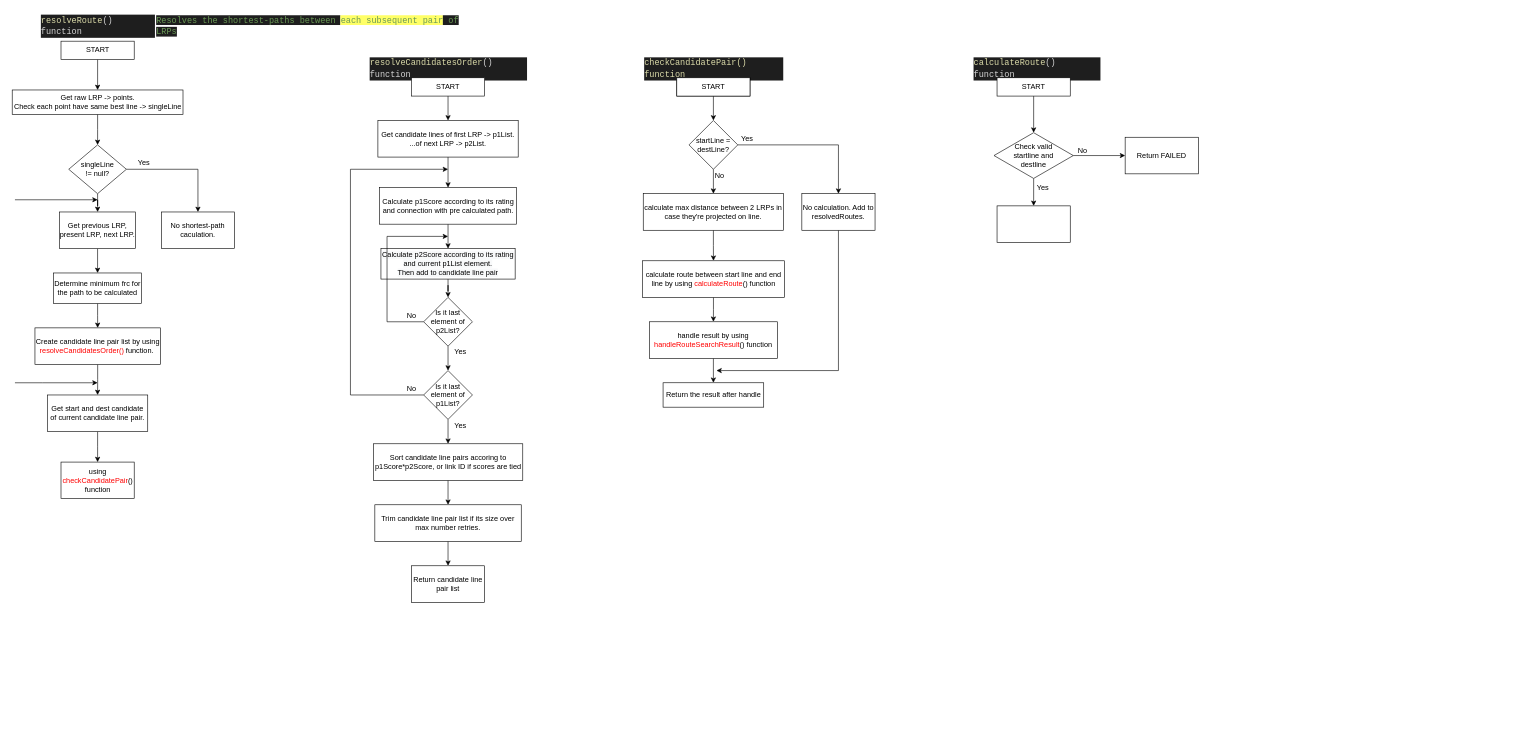
Above: page "Resolve Route" (4 of 4) of AbstractDecoder.drawio in kiethuynh468/Test (draw.io), before the change. Source tidied: cells renumbered, new cells numbered last; positions are measured from the earlier drawing's top-left corner, leaving out a move shared by most shapes. Both pictures are drawn from the tidied source at 61%, with x=0, y=0 at pixel (12, 10).
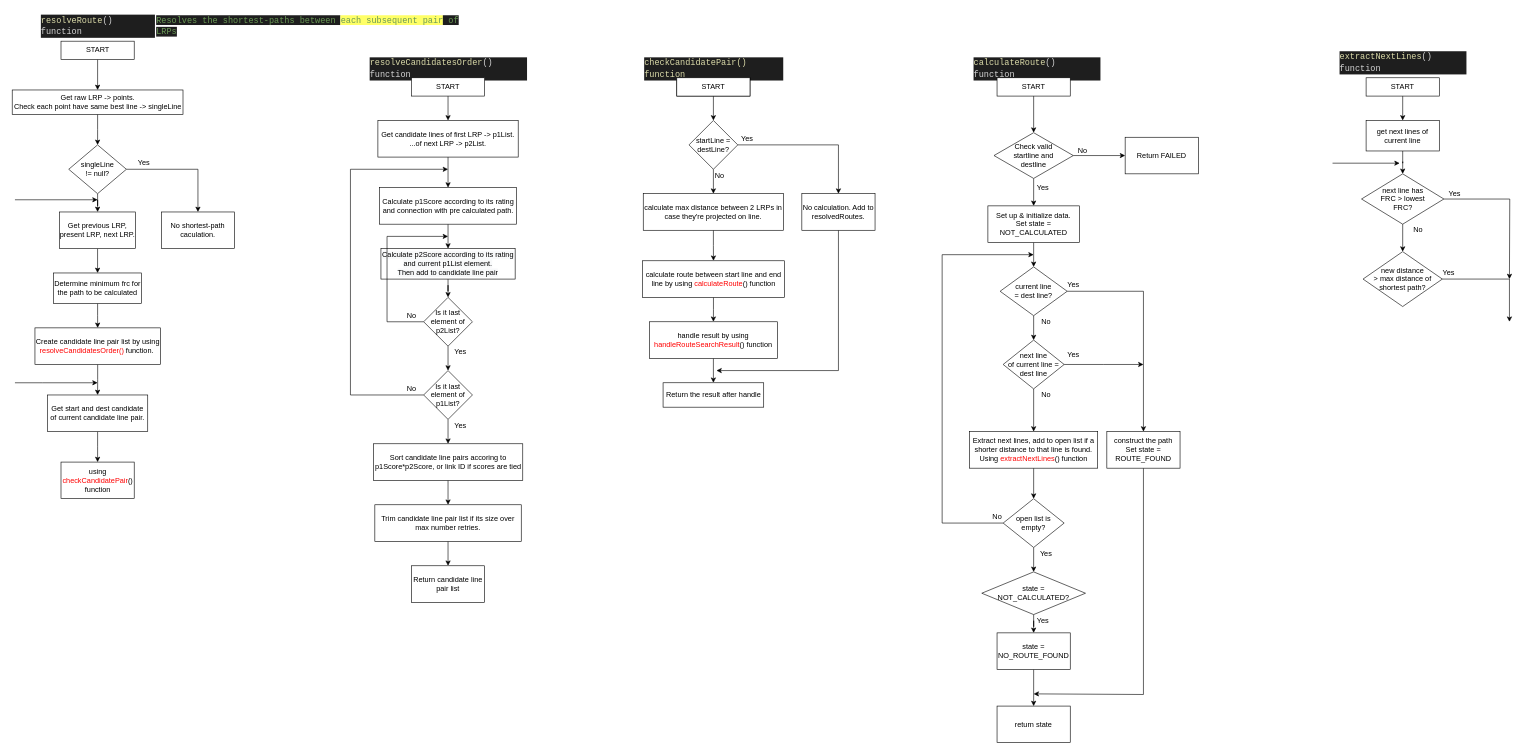
Above is the later version.

Change to the diagram source:
```diff
@@
+    <mxCell id="76" style="edgeStyle=orthogonalEdgeStyle;rounded=0;jettySize=auto;html=1;" parent="1" edge="1" source="74" target="79">
+      <mxGeometry relative="1" as="geometry" />
+    </mxCell>
-    <mxCell id="74" style="whiteSpace=wrap;html=1;rounded=0;labelBackgroundColor=none;" parent="1" vertex="1">
-      <mxGeometry x="1614" y="320" width="120" height="60" as="geometry" />
+    <mxCell id="74" value="Set up &amp;amp; initialize data.&lt;br&gt;Set state = NOT_CALCULATED" style="whiteSpace=wrap;html=1;rounded=0;labelBackgroundColor=none;" parent="1" vertex="1">
+      <mxGeometry x="1599" y="320" width="150" height="60" as="geometry" />
     </mxCell>
@@
+    <mxCell id="77" style="edgeStyle=orthogonalEdgeStyle;rounded=0;jettySize=auto;html=1;" parent="1" edge="1" source="79" target="81">
+      <mxGeometry relative="1" as="geometry" />
+    </mxCell>
+    <mxCell id="78" style="edgeStyle=orthogonalEdgeStyle;rounded=0;jettySize=auto;html=1;" parent="1" edge="1" source="79" target="84">
+      <mxGeometry relative="1" as="geometry" />
+    </mxCell>
+    <mxCell id="79" value="current line&lt;br&gt;= dest line?" style="rhombus;whiteSpace=wrap;html=1;rounded=0;labelBackgroundColor=none;" parent="1" vertex="1">
+      <mxGeometry x="1619" y="420" width="110" height="80" as="geometry" />
+    </mxCell>
+    <mxCell id="80" style="edgeStyle=orthogonalEdgeStyle;rounded=0;jettySize=auto;html=1;fontColor=#000000;" parent="1" edge="1" source="81">
+      <mxGeometry relative="1" as="geometry">
+        <mxPoint x="1674" y="1120" as="targetPoint" />
+        <Array as="points">
+          <mxPoint x="1854" y="1121" />
+        </Array>
+      </mxGeometry>
+    </mxCell>
+    <mxCell id="81" value="construct the path&lt;br&gt;Set state = ROUTE_FOUND" style="whiteSpace=wrap;html=1;rounded=0;labelBackgroundColor=none;" parent="1" vertex="1">
+      <mxGeometry x="1794" y="690" width="120" height="60" as="geometry" />
+    </mxCell>
+    <mxCell id="82" style="edgeStyle=orthogonalEdgeStyle;rounded=0;jettySize=auto;html=1;" parent="1" edge="1" source="84">
+      <mxGeometry relative="1" as="geometry">
+        <mxPoint x="1854" y="580" as="targetPoint" />
+      </mxGeometry>
+    </mxCell>
+    <mxCell id="83" style="edgeStyle=orthogonalEdgeStyle;rounded=0;jettySize=auto;html=1;" parent="1" edge="1" source="84" target="86">
+      <mxGeometry relative="1" as="geometry" />
+    </mxCell>
+    <mxCell id="84" value="next line &lt;br&gt;of current line = dest line" style="rhombus;whiteSpace=wrap;html=1;rounded=0;labelBackgroundColor=none;" parent="1" vertex="1">
+      <mxGeometry x="1624" y="540" width="100" height="80" as="geometry" />
+    </mxCell>
+    <mxCell id="85" style="edgeStyle=orthogonalEdgeStyle;rounded=0;jettySize=auto;html=1;fontColor=#FF0000;" parent="1" edge="1" source="86" target="93">
+      <mxGeometry relative="1" as="geometry" />
+    </mxCell>
+    <mxCell id="86" value="Extract next lines, add to open list if a shorter distance to that line is found.&lt;br&gt;Using &lt;font color=&quot;#ff0000&quot;&gt;extractNextLines&lt;/font&gt;() function" style="whiteSpace=wrap;html=1;rounded=0;labelBackgroundColor=none;" parent="1" vertex="1">
+      <mxGeometry x="1569" y="690" width="210" height="60" as="geometry" />
+    </mxCell>
+    <mxCell id="87" value="Yes" style="text;html=1;align=center;verticalAlign=middle;strokeColor=none;fillColor=none;" parent="1" vertex="1">
+      <mxGeometry x="1724" y="440" width="30" height="20" as="geometry" />
+    </mxCell>
+    <mxCell id="88" value="Yes" style="text;html=1;align=center;verticalAlign=middle;strokeColor=none;fillColor=none;rotation=0;" parent="1" vertex="1">
+      <mxGeometry x="1724" y="555" width="30" height="20" as="geometry" />
+    </mxCell>
+    <mxCell id="89" value="No" style="text;html=1;align=center;verticalAlign=middle;strokeColor=none;fillColor=none;" parent="1" vertex="1">
+      <mxGeometry x="1679" y="500" width="30" height="20" as="geometry" />
+    </mxCell>
+    <mxCell id="90" value="No" style="text;html=1;align=center;verticalAlign=middle;strokeColor=none;fillColor=none;" parent="1" vertex="1">
+      <mxGeometry x="1679" y="620" width="30" height="20" as="geometry" />
+    </mxCell>
+    <mxCell id="91" style="edgeStyle=orthogonalEdgeStyle;rounded=0;jettySize=auto;html=1;fontColor=#FF0000;" parent="1" edge="1" source="93">
+      <mxGeometry relative="1" as="geometry">
+        <mxPoint x="1674" y="400" as="targetPoint" />
+        <Array as="points">
+          <mxPoint x="1524" y="840" />
+          <mxPoint x="1524" y="400" />
+        </Array>
+      </mxGeometry>
+    </mxCell>
+    <mxCell id="92" style="edgeStyle=orthogonalEdgeStyle;rounded=0;jettySize=auto;html=1;fontColor=#000000;" parent="1" edge="1" source="93" target="96">
+      <mxGeometry relative="1" as="geometry" />
+    </mxCell>
+    <mxCell id="93" value="open list is empty?" style="rhombus;whiteSpace=wrap;html=1;rounded=0;labelBackgroundColor=none;" parent="1" vertex="1">
+      <mxGeometry x="1624" y="800" width="100" height="80" as="geometry" />
+    </mxCell>
+    <mxCell id="94" value="&lt;font color=&quot;#000000&quot;&gt;No&lt;/font&gt;" style="text;html=1;align=center;verticalAlign=middle;strokeColor=none;fillColor=none;fontColor=#FF0000;" parent="1" vertex="1">
+      <mxGeometry x="1599" y="820" width="30" height="20" as="geometry" />
+    </mxCell>
+    <mxCell id="95" style="edgeStyle=orthogonalEdgeStyle;rounded=0;jettySize=auto;html=1;fontColor=#000000;" parent="1" edge="1" source="96" target="98">
+      <mxGeometry relative="1" as="geometry" />
+    </mxCell>
+    <mxCell id="96" value="state = &lt;br&gt;NOT_CALCULATED?" style="rhombus;whiteSpace=wrap;html=1;rounded=0;labelBackgroundColor=none;" parent="1" vertex="1">
+      <mxGeometry x="1589" y="920" width="170" height="70" as="geometry" />
+    </mxCell>
+    <mxCell id="97" style="edgeStyle=orthogonalEdgeStyle;rounded=0;jettySize=auto;html=1;fontColor=#000000;" parent="1" edge="1" source="98" target="99">
+      <mxGeometry relative="1" as="geometry" />
+    </mxCell>
+    <mxCell id="98" value="state = NO_ROUTE_FOUND" style="whiteSpace=wrap;html=1;rounded=0;labelBackgroundColor=none;" parent="1" vertex="1">
+      <mxGeometry x="1614" y="1020" width="120" height="60" as="geometry" />
+    </mxCell>
+    <mxCell id="99" value="return state" style="whiteSpace=wrap;html=1;rounded=0;labelBackgroundColor=none;" parent="1" vertex="1">
+      <mxGeometry x="1614" y="1140" width="120" height="60" as="geometry" />
+    </mxCell>
+    <mxCell id="100" value="Yes" style="text;html=1;align=center;verticalAlign=middle;strokeColor=none;fillColor=none;fontColor=#000000;" parent="1" vertex="1">
+      <mxGeometry x="1679" y="880" width="30" height="20" as="geometry" />
+    </mxCell>
+    <mxCell id="101" value="Yes" style="text;html=1;align=center;verticalAlign=middle;strokeColor=none;fillColor=none;fontColor=#000000;" parent="1" vertex="1">
+      <mxGeometry x="1674" y="990" width="30" height="20" as="geometry" />
+    </mxCell>
+    <mxCell id="102" value="&lt;div style=&quot;color: rgb(212 , 212 , 212) ; background-color: rgb(30 , 30 , 30) ; font-family: &amp;#34;consolas&amp;#34; , &amp;#34;courier new&amp;#34; , monospace ; font-weight: normal ; font-size: 14px ; line-height: 19px&quot;&gt;&lt;div&gt;&lt;span style=&quot;color: #dcdcaa&quot;&gt;extractNextLines&lt;/span&gt;&lt;span style=&quot;color: #d4d4d4&quot;&gt;() function&lt;/span&gt;&lt;/div&gt;&lt;/div&gt;" style="text;whiteSpace=wrap;html=1;fontColor=#000000;" parent="1" vertex="1">
+      <mxGeometry x="2174" y="60" width="210" height="30" as="geometry" />
+    </mxCell>
+    <mxCell id="103" style="edgeStyle=orthogonalEdgeStyle;rounded=0;jettySize=auto;html=1;fontColor=#000000;" parent="1" edge="1" source="104" target="107">
+      <mxGeometry relative="1" as="geometry" />
+    </mxCell>
+    <mxCell id="104" value="&lt;span style=&quot;&quot;&gt;START&lt;/span&gt;" style="rounded=0;whiteSpace=wrap;html=1;labelBackgroundColor=none;" parent="1" vertex="1">
+      <mxGeometry x="2219" y="110" width="120" height="30" as="geometry" />
+    </mxCell>
+    <mxCell id="105" style="edgeStyle=orthogonalEdgeStyle;rounded=0;jettySize=auto;html=1;fontColor=#000000;" parent="1" edge="1" source="107" target="110">
+      <mxGeometry relative="1" as="geometry" />
+    </mxCell>
+    <mxCell id="106" style="edgeStyle=orthogonalEdgeStyle;rounded=0;orthogonalLoop=1;jettySize=auto;html=1;fontColor=#000000;" parent="1" edge="1">
+      <mxGeometry relative="1" as="geometry">
+        <mxPoint x="2164" y="250" as="sourcePoint" />
+        <mxPoint x="2274" y="250" as="targetPoint" />
+      </mxGeometry>
+    </mxCell>
+    <mxCell id="107" value="get next lines of current line" style="whiteSpace=wrap;html=1;rounded=0;labelBackgroundColor=none;" parent="1" vertex="1">
+      <mxGeometry x="2219" y="180" width="120" height="50" as="geometry" />
+    </mxCell>
+    <mxCell id="108" style="edgeStyle=orthogonalEdgeStyle;rounded=0;jettySize=auto;html=1;fontColor=#000000;" parent="1" edge="1" source="110">
+      <mxGeometry relative="1" as="geometry">
+        <mxPoint x="2454" y="440" as="targetPoint" />
+      </mxGeometry>
+    </mxCell>
+    <mxCell id="109" style="edgeStyle=orthogonalEdgeStyle;rounded=0;jettySize=auto;html=1;fontColor=#000000;" parent="1" edge="1" source="110" target="114">
+      <mxGeometry relative="1" as="geometry" />
+    </mxCell>
+    <mxCell id="110" value="next line has &lt;br&gt;FRC &amp;gt; lowest &lt;br&gt;FRC?" style="rhombus;whiteSpace=wrap;html=1;rounded=0;labelBackgroundColor=none;" parent="1" vertex="1">
+      <mxGeometry x="2211.5" y="267.5" width="135" height="82.5" as="geometry" />
+    </mxCell>
+    <mxCell id="111" value="No" style="text;html=1;align=center;verticalAlign=middle;strokeColor=none;fillColor=none;fontColor=#000000;" parent="1" vertex="1">
+      <mxGeometry x="2289" y="350" width="30" height="20" as="geometry" />
+    </mxCell>
+    <mxCell id="112" value="Yes" style="text;html=1;align=center;verticalAlign=middle;strokeColor=none;fillColor=none;fontColor=#000000;" parent="1" vertex="1">
+      <mxGeometry x="2349" y="290" width="30" height="20" as="geometry" />
+    </mxCell>
+    <mxCell id="113" style="edgeStyle=orthogonalEdgeStyle;rounded=0;jettySize=auto;html=1;fontColor=#000000;" parent="1" edge="1" source="114">
+      <mxGeometry relative="1" as="geometry">
+        <mxPoint x="2454" y="510" as="targetPoint" />
+        <Array as="points">
+          <mxPoint x="2454" y="440" />
+        </Array>
+      </mxGeometry>
+    </mxCell>
+    <mxCell id="114" value="new distance&lt;br&gt;&amp;gt; max distance of &lt;br&gt;shortest path?" style="rhombus;whiteSpace=wrap;html=1;rounded=0;labelBackgroundColor=none;" parent="1" vertex="1">
+      <mxGeometry x="2214" y="395" width="130" height="90" as="geometry" />
+    </mxCell>
+    <mxCell id="115" value="Yes" style="text;html=1;align=center;verticalAlign=middle;strokeColor=none;fillColor=none;fontColor=#000000;" parent="1" vertex="1">
+      <mxGeometry x="2339" y="420" width="30" height="20" as="geometry" />
+    </mxCell>
```
